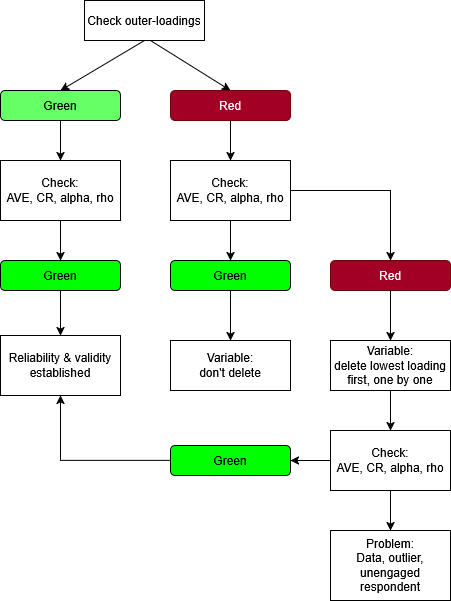
This is Decision tree - Smartpls measurement model check - validity & reliability.png from mrcharlesmy/statistics-notes, a draw.io export, as it was before one commit. Source tidied: cells renumbered, new cells last; positions are measured from the earlier drawing's top-left corner, leaving out a move shared by most shapes.
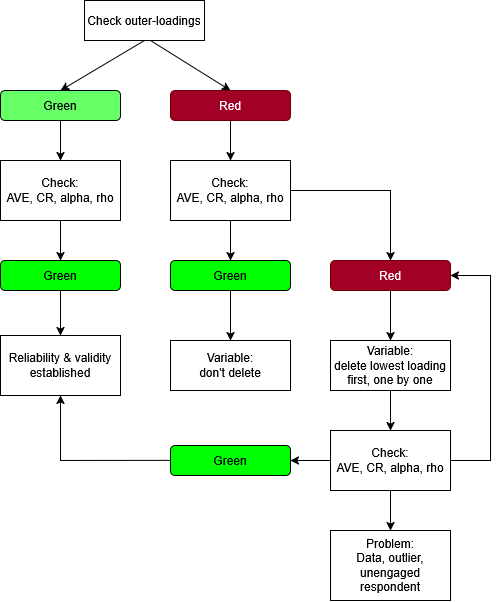
After the commit.

The edit, as a diff of the source:
```diff
@@ -67,6 +67,14 @@
     <mxCell id="22" style="edgeStyle=orthogonalEdgeStyle;rounded=0;jettySize=auto;html=1;" parent="1" edge="1" source="23" target="29">
       <mxGeometry relative="1" as="geometry" />
     </mxCell>
+    <mxCell id="30" style="edgeStyle=orthogonalEdgeStyle;rounded=0;jettySize=auto;html=1;exitX=1;exitY=0.5;exitDx=0;exitDy=0;entryX=1;entryY=0.5;entryDx=0;entryDy=0;" parent="1" edge="1" source="23" target="17">
+      <mxGeometry relative="1" as="geometry">
+        <Array as="points">
+          <mxPoint x="490" y="460" />
+          <mxPoint x="490" y="275" />
+        </Array>
+      </mxGeometry>
+    </mxCell>
     <mxCell id="23" value="&lt;div&gt;Check:&lt;/div&gt;&lt;div&gt;AVE, CR, alpha, rho&lt;/div&gt;" style="rounded=0;whiteSpace=wrap;html=1;" parent="1" vertex="1">
       <mxGeometry x="330" y="430" width="120" height="60" as="geometry" />
     </mxCell>
```
